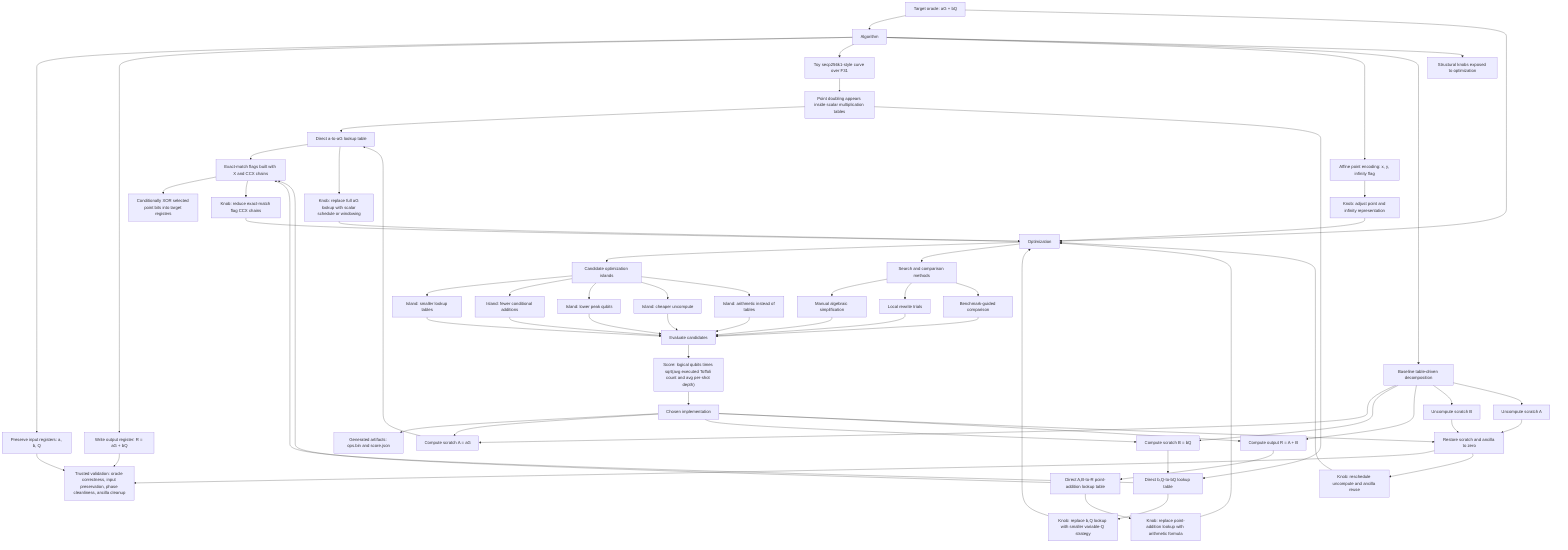
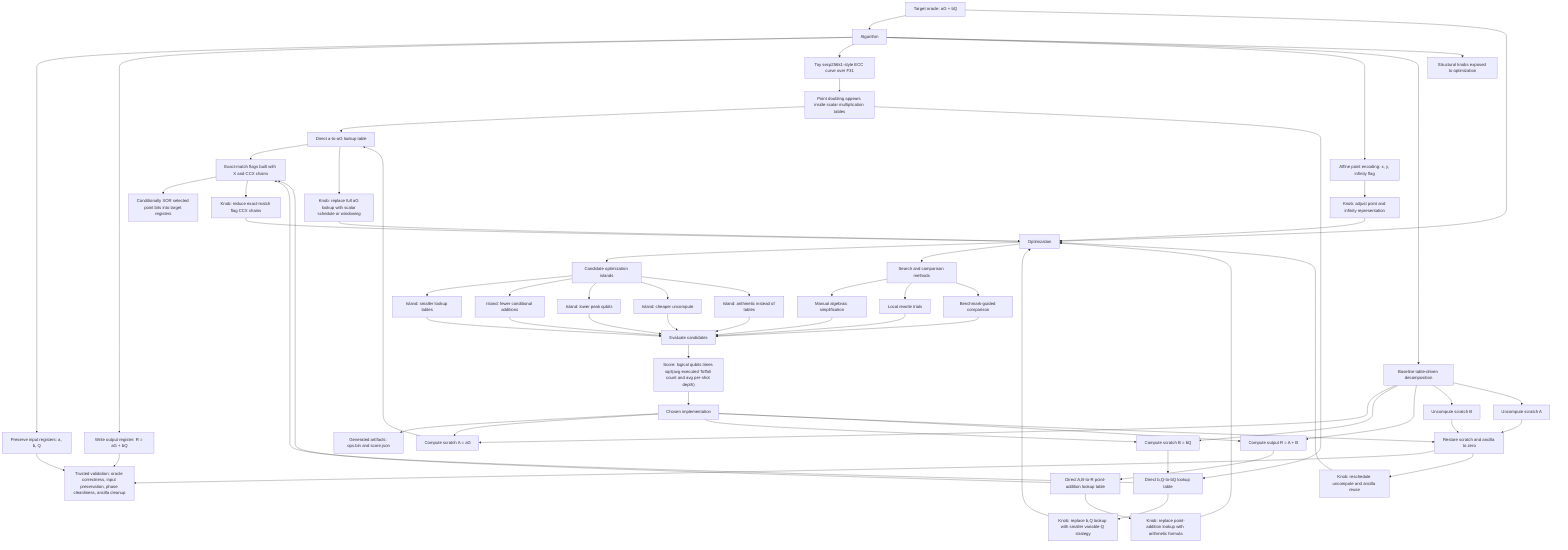
flowchart TD
  Target["Target oracle: aG + bQ"]
  Algorithm["Algorithm"]
  Optimization["Optimization"]

  Target --> Algorithm
  Target --> Optimization

  Algorithm --> ABI["Preserve input registers: a, b, Q"]
  Algorithm --> Output["Write output register: R = aG + bQ"]
-   Algorithm --> Curve["Toy secp256k1-style curve over F31"]
+   Algorithm --> Curve["Toy secp256k1-style ECC curve over F31"]
  Algorithm --> Encoding["Affine point encoding: x, y, infinity flag"]

  Algorithm --> Baseline["Baseline table-driven decomposition"]
  Baseline --> AG["Compute scratch A = aG"]
  Baseline --> BQ["Compute scratch B = bQ"]
  Baseline --> Add["Compute output R = A + B"]
  Baseline --> UncomputeB["Uncompute scratch B"]
  Baseline --> UncomputeA["Uncompute scratch A"]

  AG --> AGTable["Direct a-to-aG lookup table"]
  BQ --> BQTable["Direct b,Q-to-bQ lookup table"]
  Add --> AddTable["Direct A,B-to-R point-addition lookup table"]
  UncomputeB --> Cleanup["Restore scratch and ancilla to zero"]
  UncomputeA --> Cleanup

  AGTable --> MatchFlags["Exact-match flags built with X and CCX chains"]
  BQTable --> MatchFlags
  AddTable --> MatchFlags
  MatchFlags --> PointXor["Conditionally XOR selected point bits into target registers"]

  Curve --> PointDoubling["Point doubling appears inside scalar multiplication tables"]
  PointDoubling --> AGTable
  PointDoubling --> BQTable

  ABI --> Validation["Trusted validation: oracle correctness, input preservation, phase cleanliness, ancilla cleanup"]
  Cleanup --> Validation
  Output --> Validation

  Algorithm --> Knobs["Structural knobs exposed to optimization"]
  AGTable --> K1["Knob: replace full aG lookup with scalar schedule or windowing"]
  BQTable --> K2["Knob: replace b,Q lookup with smaller variable-Q strategy"]
  AddTable --> K3["Knob: replace point-addition lookup with arithmetic formula"]
  MatchFlags --> K4["Knob: reduce exact-match flag CCX chains"]
  Cleanup --> K5["Knob: reschedule uncompute and ancilla reuse"]
  Encoding --> K6["Knob: adjust point and infinity representation"]

  K1 --> Optimization
  K2 --> Optimization
  K3 --> Optimization
  K4 --> Optimization
  K5 --> Optimization
  K6 --> Optimization

  Optimization --> Islands["Candidate optimization islands"]
  Islands --> I1["Island: smaller lookup tables"]
  Islands --> I2["Island: fewer conditional additions"]
  Islands --> I3["Island: lower peak qubits"]
  Islands --> I4["Island: cheaper uncompute"]
  Islands --> I5["Island: arithmetic instead of tables"]

  Optimization --> Methods["Search and comparison methods"]
  Methods --> M1["Manual algebraic simplification"]
  Methods --> M2["Local rewrite trials"]
  Methods --> M3["Benchmark-guided comparison"]

  I1 --> Eval["Evaluate candidates"]
  I2 --> Eval
  I3 --> Eval
  I4 --> Eval
  I5 --> Eval
  M1 --> Eval
  M2 --> Eval
  M3 --> Eval

  Eval --> Score["Score: logical qubits times sqrt(avg executed Toffoli count and avg per-shot depth)"]
  Score --> Choice["Chosen implementation"]
  Choice --> Artifact["Generated artifacts: ops.bin and score.json"]
  Choice --> AG
  Choice --> BQ
  Choice --> Add
  Choice --> Cleanup
